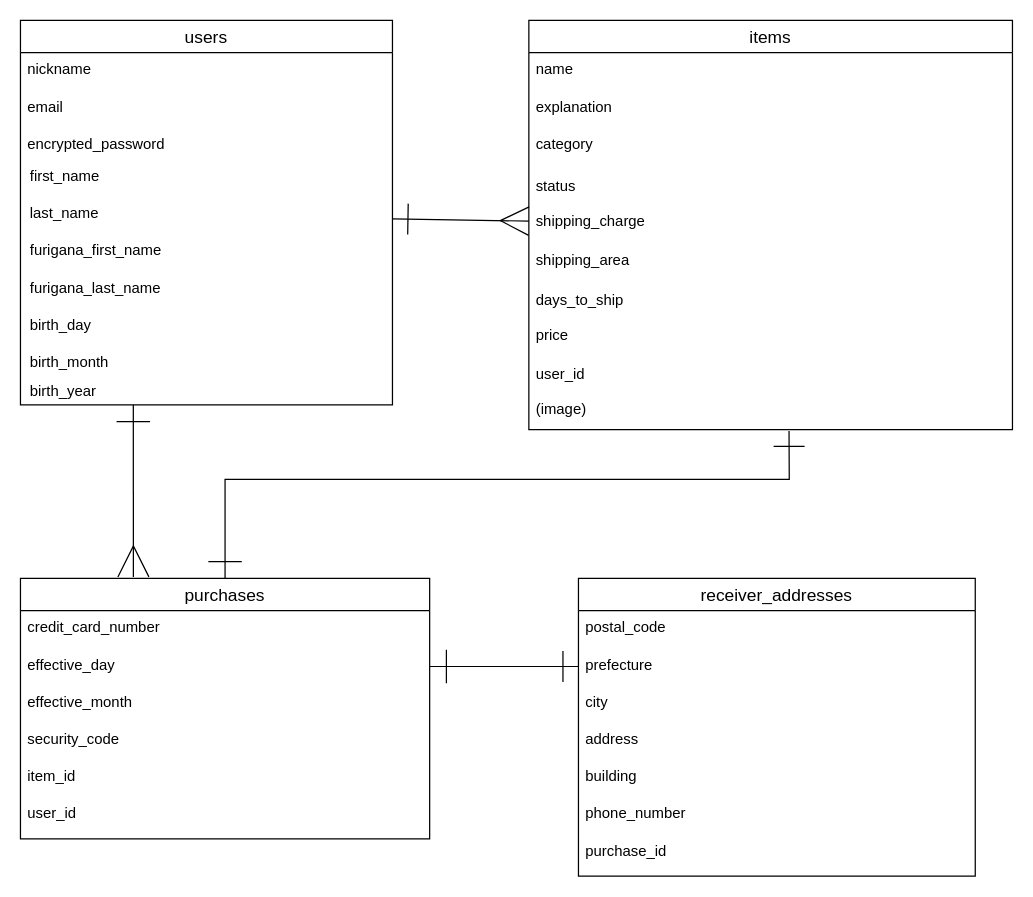
Above: er-illustration.dio in toshikingjr/furima-36107 (draw.io), before the change. Source tidied: cells renumbered, new cells numbered last; positions are measured from the earlier drawing's top-left corner, leaving out a move shared by most shapes. Both pictures are drawn from the tidied source at 124%, with x=0, y=0 at pixel (20, 20).
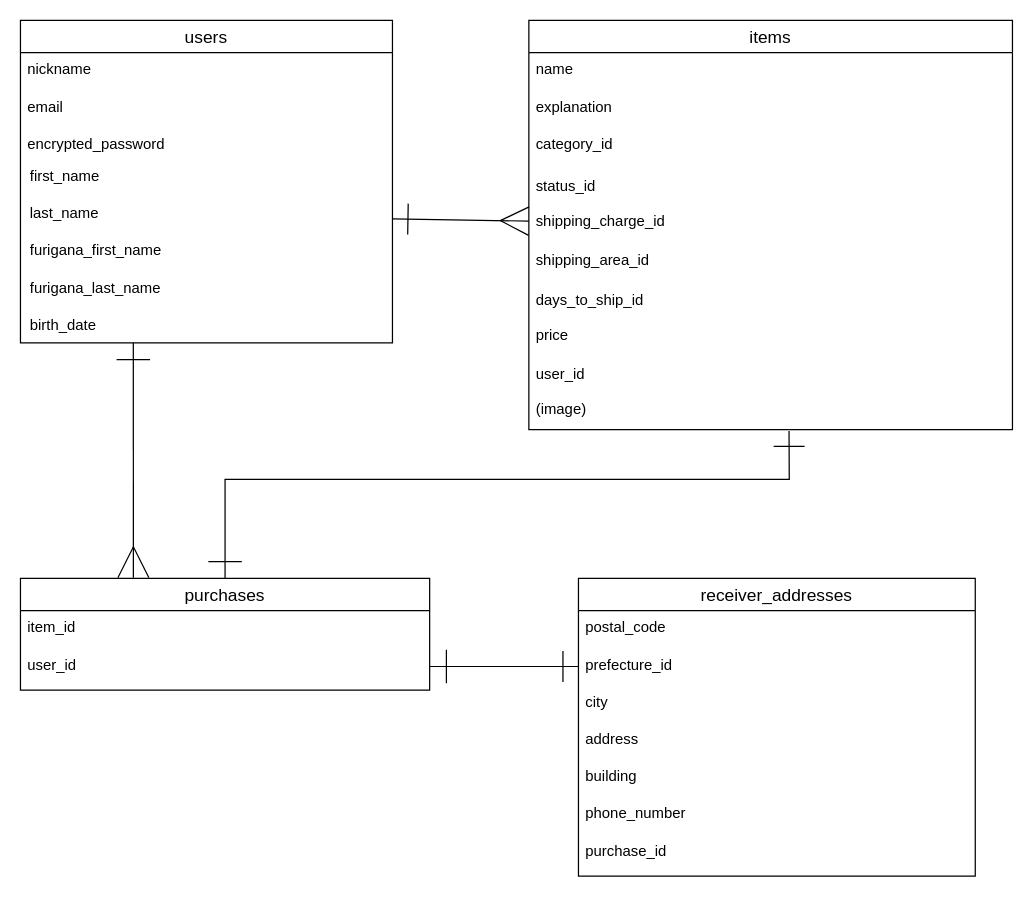
The same page after the edit.

The change refers to these unchanged cells:
```xml
<mxCell id="11" value="items" style="swimlane;fontStyle=0;horizontal=1;startSize=26;align=center;fontSize=14;" parent="1" vertex="1">
  <mxGeometry x="410" width="390" height="330" as="geometry" />
</mxCell>
<mxCell id="31" value="receiver_addresses" style="swimlane;fontStyle=0;horizontal=1;startSize=26;align=center;fontSize=14;" parent="1" vertex="1">
  <mxGeometry x="450" y="450" width="320" height="240" as="geometry" />
</mxCell>
```

Diff of the diagram source:
```diff
@@
     <mxCell id="2" value="users" style="swimlane;fontStyle=0;horizontal=1;startSize=26;align=center;fontSize=14;" parent="1" vertex="1">
-      <mxGeometry width="300" height="310" as="geometry" />
+      <mxGeometry width="300" height="260" as="geometry" />
     </mxCell>
@@
     <mxCell id="5" value="encrypted_password" style="text;strokeColor=none;fillColor=none;spacingLeft=4;spacingRight=4;overflow=hidden;fontSize=12;" parent="2" vertex="1">
-      <mxGeometry y="86" width="300" height="224" as="geometry" />
+      <mxGeometry y="86" width="300" height="174" as="geometry" />
     </mxCell>
@@
-    <mxCell id="10" value="birth_day" style="shape=partialRectangle;fillColor=none;top=0;left=0;bottom=0;right=0;align=left;spacingLeft=6;overflow=hidden;" parent="1" vertex="1">
+    <mxCell id="10" value="birth_date" style="shape=partialRectangle;fillColor=none;top=0;left=0;bottom=0;right=0;align=left;spacingLeft=6;overflow=hidden;" parent="1" vertex="1">
       <mxGeometry y="230" width="230" height="30" as="geometry" />
     </mxCell>
@@
-    <mxCell id="14" value="category&#10;" style="text;strokeColor=none;fillColor=none;spacingLeft=4;spacingRight=4;overflow=hidden;fontSize=12;" parent="11" vertex="1">
+    <mxCell id="14" value="category_id&#10;" style="text;strokeColor=none;fillColor=none;spacingLeft=4;spacingRight=4;overflow=hidden;fontSize=12;" parent="11" vertex="1">
       <mxGeometry y="86" width="390" height="244" as="geometry" />
     </mxCell>
-    <mxCell id="15" value="status" style="text;strokeColor=none;fillColor=none;spacingLeft=4;spacingRight=4;overflow=hidden;fontSize=12;" parent="1" vertex="1">
+    <mxCell id="15" value="status_id" style="text;strokeColor=none;fillColor=none;spacingLeft=4;spacingRight=4;overflow=hidden;fontSize=12;" parent="1" vertex="1">
       <mxGeometry x="410" y="120" width="390" height="34" as="geometry" />
     </mxCell>
-    <mxCell id="16" value="shipping_charge" style="text;strokeColor=none;fillColor=none;spacingLeft=4;spacingRight=4;overflow=hidden;fontSize=12;" parent="1" vertex="1">
+    <mxCell id="16" value="shipping_charge_id" style="text;strokeColor=none;fillColor=none;spacingLeft=4;spacingRight=4;overflow=hidden;fontSize=12;" parent="1" vertex="1">
       <mxGeometry x="410" y="148" width="390" height="32" as="geometry" />
     </mxCell>
-    <mxCell id="17" value="shipping_area" style="text;strokeColor=none;fillColor=none;spacingLeft=4;spacingRight=4;overflow=hidden;fontSize=12;" parent="1" vertex="1">
+    <mxCell id="17" value="shipping_area_id" style="text;strokeColor=none;fillColor=none;spacingLeft=4;spacingRight=4;overflow=hidden;fontSize=12;" parent="1" vertex="1">
       <mxGeometry x="410" y="180" width="390" height="32" as="geometry" />
     </mxCell>
-    <mxCell id="18" value="days_to_ship&#10;" style="text;strokeColor=none;fillColor=none;spacingLeft=4;spacingRight=4;overflow=hidden;fontSize=12;" parent="1" vertex="1">
+    <mxCell id="18" value="days_to_ship_id&#10;" style="text;strokeColor=none;fillColor=none;spacingLeft=4;spacingRight=4;overflow=hidden;fontSize=12;" parent="1" vertex="1">
       <mxGeometry x="410" y="212" width="390" height="32" as="geometry" />
     </mxCell>
@@
     <mxCell id="22" value="purchases" style="swimlane;fontStyle=0;horizontal=1;startSize=26;align=center;fontSize=14;" parent="1" vertex="1">
-      <mxGeometry y="450" width="330" height="210" as="geometry" />
+      <mxGeometry y="450" width="330" height="90" as="geometry" />
     </mxCell>
-    <mxCell id="23" value="credit_card_number" style="text;strokeColor=none;fillColor=none;spacingLeft=4;spacingRight=4;overflow=hidden;fontSize=12;" parent="22" vertex="1">
-      <mxGeometry y="26" width="330" height="30" as="geometry" />
-    </mxCell>
-    <mxCell id="24" value="effective_day" style="text;strokeColor=none;fillColor=none;spacingLeft=4;spacingRight=4;overflow=hidden;fontSize=12;" parent="22" vertex="1">
-      <mxGeometry y="56" width="330" height="30" as="geometry" />
-    </mxCell>
-    <mxCell id="25" value="effective_month&#10;" style="text;strokeColor=none;fillColor=none;spacingLeft=4;spacingRight=4;overflow=hidden;fontSize=12;" parent="22" vertex="1">
-      <mxGeometry y="86" width="330" height="30" as="geometry" />
-    </mxCell>
-    <mxCell id="26" value="security_code" style="text;strokeColor=none;fillColor=none;spacingLeft=4;spacingRight=4;overflow=hidden;fontSize=12;" parent="22" vertex="1">
-      <mxGeometry y="116" width="330" height="30" as="geometry" />
-    </mxCell>
     <mxCell id="27" value="item_id&#10;" style="text;strokeColor=none;fillColor=none;spacingLeft=4;spacingRight=4;overflow=hidden;fontSize=12;" parent="22" vertex="1">
-      <mxGeometry y="146" width="330" height="30" as="geometry" />
+      <mxGeometry y="26" width="330" height="30" as="geometry" />
     </mxCell>
     <mxCell id="28" value="user_id" style="text;strokeColor=none;fillColor=none;spacingLeft=4;spacingRight=4;overflow=hidden;fontSize=12;" parent="22" vertex="1">
-      <mxGeometry y="176" width="330" height="34" as="geometry" />
+      <mxGeometry y="56" width="330" height="34" as="geometry" />
     </mxCell>
@@
     <mxCell id="30" style="endArrow=ERmany;html=1;rounded=0;startSize=25;endSize=23;targetPerimeterSpacing=0;entryX=0.276;entryY=-0.006;entryDx=0;entryDy=0;entryPerimeter=0;startArrow=ERone;startFill=0;endFill=0;" parent="1" edge="1" target="22">
       <mxGeometry relative="1" as="geometry">
-        <mxPoint x="91" y="310" as="sourcePoint" />
+        <mxPoint x="91" y="260" as="sourcePoint" />
       </mxGeometry>
     </mxCell>
@@
-    <mxCell id="33" value="prefecture" style="text;strokeColor=none;fillColor=none;spacingLeft=4;spacingRight=4;overflow=hidden;points=[[0,0.5],[1,0.5]];portConstraint=eastwest;fontSize=12;" parent="31" vertex="1">
+    <mxCell id="33" value="prefecture_id" style="text;strokeColor=none;fillColor=none;spacingLeft=4;spacingRight=4;overflow=hidden;points=[[0,0.5],[1,0.5]];portConstraint=eastwest;fontSize=12;" parent="31" vertex="1">
       <mxGeometry y="56" width="320" height="30" as="geometry" />
     </mxCell>
@@
-    <mxCell id="40" value="birth_month" style="shape=partialRectangle;fillColor=none;top=0;left=0;bottom=0;right=0;align=left;spacingLeft=6;overflow=hidden;" parent="1" vertex="1">
-      <mxGeometry y="260" width="230" height="30" as="geometry" />
-    </mxCell>
-    <mxCell id="41" value="birth_year&#10;" style="shape=partialRectangle;fillColor=none;top=0;left=0;bottom=0;right=0;align=left;spacingLeft=6;overflow=hidden;" parent="1" vertex="1">
-      <mxGeometry y="290" width="230" height="30" as="geometry" />
-    </mxCell>
```
